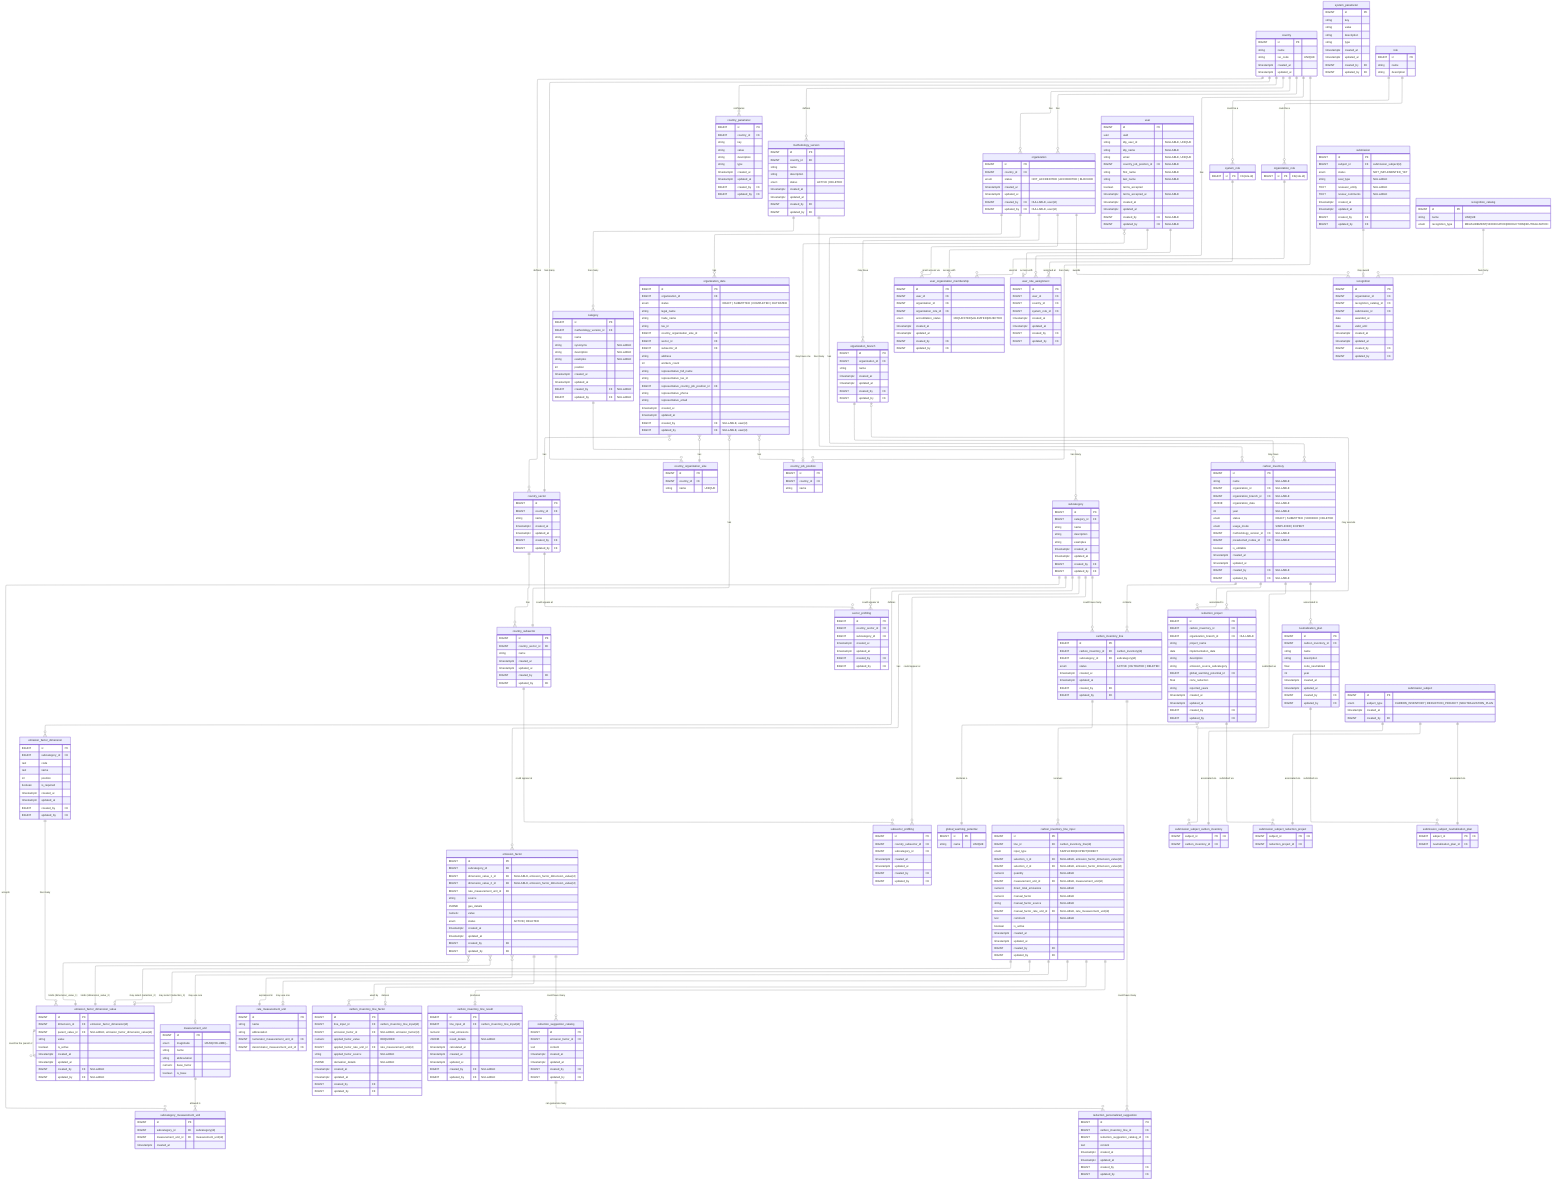
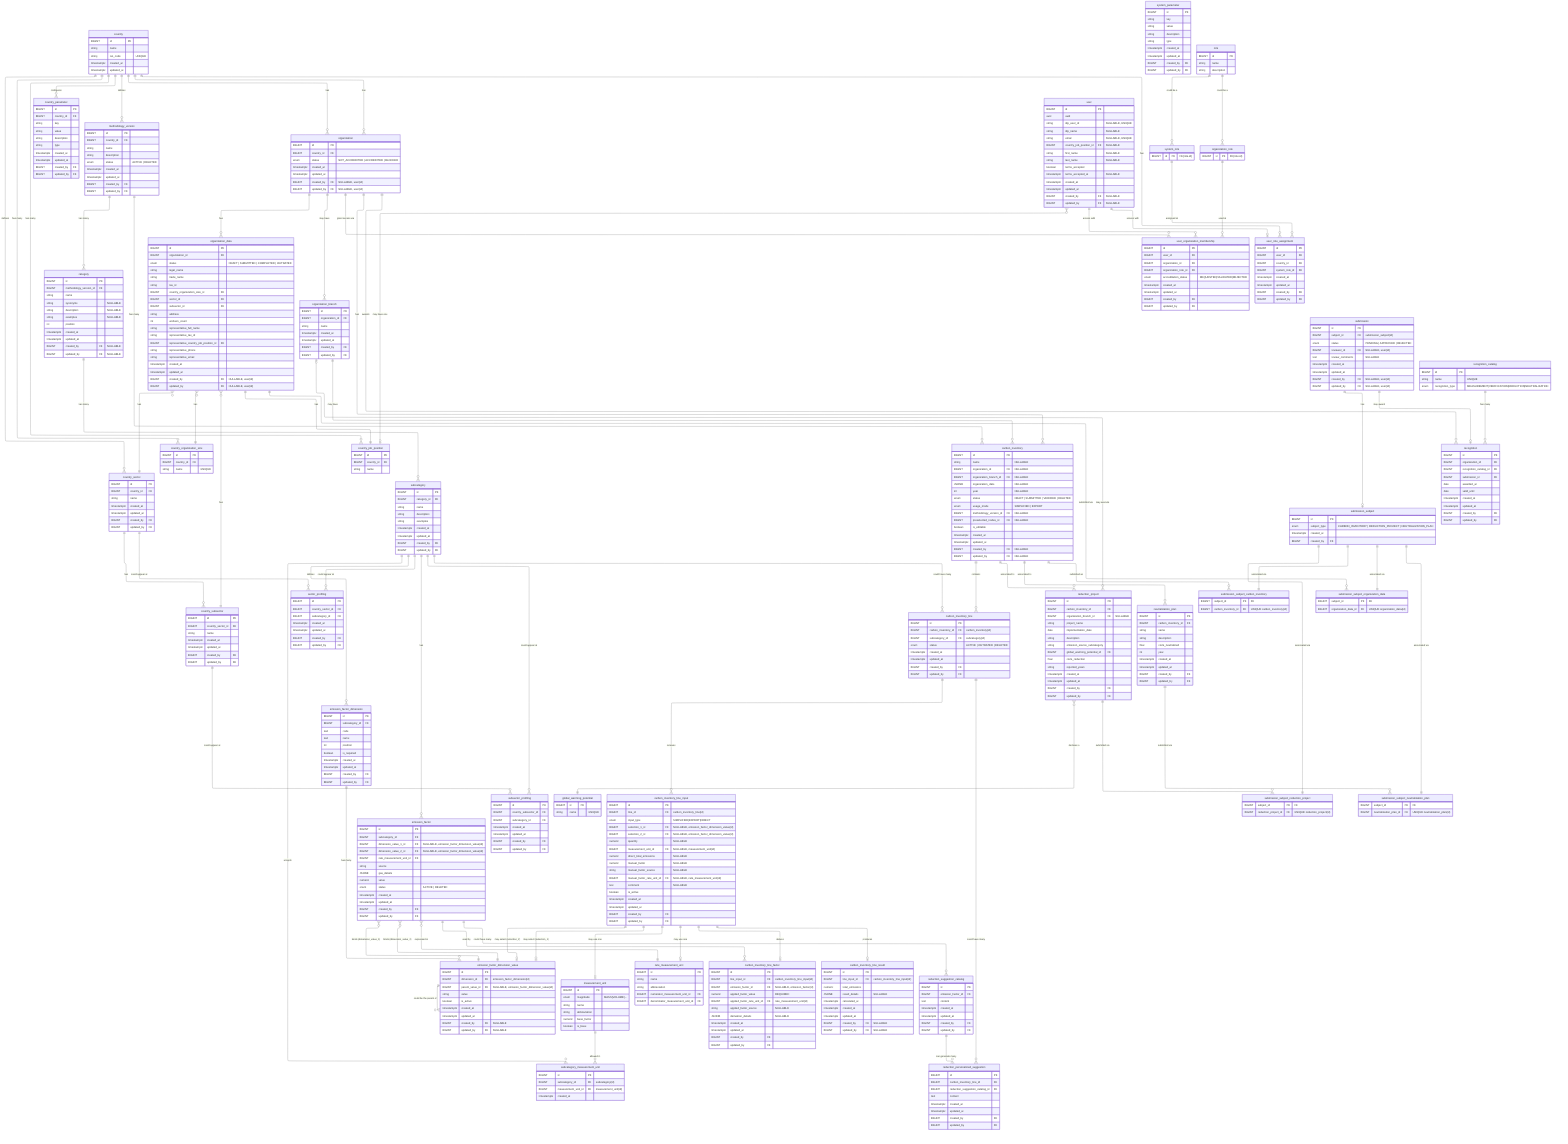
---
config:
  layout: elk
---
erDiagram
	direction TB

	%% ============================================================
	%% Design Principles
	%% ============================================================

	%% 🔷 Core Modeling Principles
	%% 	1.	Each table has a single, well-defined responsibility
	%% Tables are designed to represent one concept only (e.g. configuration, input, result, workflow), avoiding mixed concerns.

	%% 	2.	Relationships reflect real business rules, not just foreign keys
	%% Cardinalities and optionality are chosen to express domain constraints, not merely technical implementation details.

	%% 	3.	Nullability is intentional and meaningful
	%% Nullable fields indicate valid domain states (e.g. optional associations, draft data), not incomplete design.

	%% ⸻

	%% 🔷 Configuration & Reference Data
	%% 	4.	Reference data is normalized and centralized
	%% Shared concepts (statuses, units, potentials) are defined once and reused across the system.

	%% 	5.	Volatile enums are modeled as tables, not database ENUMs
	%% Any value expected to evolve (statuses, workflows) is stored in catalog tables to avoid schema migrations.

	%% 	6.	Stable physical concepts may use ENUMs
	%% Concepts that are scientifically stable (e.g. unit magnitude, usage mode) may use database ENUMs for safety and clarity.

	%% ⸻

	%% 🔷 Methodology & Emission Factors

	%% 	7.	Methodology is versioned and country-scoped
	%% All categories, subcategories, and factors belong to a specific methodology version tied to a country.

	%% 	8.	Emission factors are defined by standardized dimensions, not free text
	%% User selections and factor matching are driven by normalized dimension values to ensure consistency and correctness.

	%% 	9.	Dimension cardinality reflects domain reality, not generic flexibility
	%% Emission factors support up to two dimensions by design, matching current methodology requirements and admin workflows.

	%% 	10.	Administrative workflows are hierarchical and sequential
	%% New entities are created top-down (category → subcategory → dimension → value → factor), enforcing consistency at each level.

	%% ⸻

	%% 🔷 Inventory & Calculation

	%% 	11.	Input, factor selection, and results are modeled as separate concerns
	%% User input, factor derivation, and calculated results are stored in distinct tables for clarity and auditability.

	%% 	12.	Results are always derived from immutable input snapshots
	%% Calculated emissions reference the exact input used, ensuring reproducibility even if inputs change later.

	%% 	13.	Historical data is preserved; updates create new versions
	%% Changes do not overwrite previous data but create new records, maintaining a complete audit trail.

	%% ⸻

	%% 🔷 Workflow & Submissions

	%% 	14.	Workflows are modeled as data, not booleans
	%% Submissions, approvals, and recognitions are represented explicitly rather than inferred from flags.

	%% 	15.	Polymorphism is handled via explicit subject tables
	%% Submissions reference a generic subject entity with concrete subtype tables, avoiding nullable polymorphic foreign keys.

	%% 	16.	Recognitions are awarded based on submissions, not raw entities
	%% This ensures all awards are traceable to a validated review process.

	%% ⸻

	%% 🔷 Audit & Governance

	%% 	17.	Audit fields are applied based on responsibility and mutability
	%% Operational tables are auditable; reference and system-owned tables may omit audit fields by design.

	%% 	18.	System-generated data does not pretend to have an author
	%% Automatically calculated results record timestamps but not created_by or updated_by.

	%% 	19.	Database constraints enforce correctness wherever possible
	%% Uniqueness, consistency, and invariants are enforced at the database level rather than relying solely on application logic.


	%% ⸻

	%% 🔷 Evolution & Maintainability

	%% 	20.	Design favors clarity and correctness over premature generalization
	%% Flexibility is introduced only when driven by real domain requirements, not hypothetical future use cases.

	%% 	21.	Future extensions are possible without breaking existing data
	%% The model anticipates evolution (e.g. new methodologies, new workflows) while keeping current usage simple and explicit.

	%% ⸻

	%% These principles are intentional.
	%% Changes to the model should preserve these invariants unless there is a clear domain-driven reason to evolve them.

	%% ============================================================
	%% 🟦 Country & configuration (7)
	%% ============================================================

	country {
		BIGINT id PK ""
		string name  ""
		string iso_code "UNIQUE"
		timestamptz created_at  ""
		timestamptz updated_at  ""
	}

	country_parameter {
		BIGINT id PK ""
		BIGINT country_id FK ""
		string key  ""
		string value  ""
		string description  ""
		string type  ""
		timestamptz created_at  ""
		timestamptz updated_at  ""
		BIGINT created_by FK ""
		BIGINT updated_by FK ""
	}

	system_parameter {
		BIGINT id PK ""
		string key  ""
		string value  ""
		string description  ""
		string type  ""
		timestamptz created_at  ""
		timestamptz updated_at  ""
		BIGINT created_by FK ""
		BIGINT updated_by FK ""
	}

	country_sector {
		BIGINT id PK ""
		BIGINT country_id FK ""
		string name  ""
		timestamptz created_at  ""
		timestamptz updated_at  ""
		BIGINT created_by FK ""
		BIGINT updated_by FK ""
	}

	country_subsector {
		BIGINT id PK ""
		BIGINT country_sector_id FK ""
		string name  ""
		timestamptz created_at  ""
		timestamptz updated_at  ""
		BIGINT created_by FK ""
		BIGINT updated_by FK ""
	}

	country_organization_size {
		BIGINT id PK ""
		BIGINT country_id FK ""
		string name  "UNIQUE"
	}

	country_job_position {
		BIGINT id PK ""
		BIGINT country_id FK ""
		string name  ""
	}

	%% ============================================================
	%% 🟩 Methodology & factors (10)
	%% ============================================================

	methodology_version {
		BIGINT id PK ""
		BIGINT country_id FK ""
		string name  ""
		string description  ""
		enum status "ACTIVE | DELETED"
		timestamptz created_at  ""
		timestamptz updated_at  ""
		BIGINT created_by FK ""
		BIGINT updated_by FK ""
		%% Enforce via trigger at most 1 active per country
	}

	category {
		BIGINT id PK ""
		BIGINT methodology_version_id FK ""
		string name  ""
		%% just for displaying
		string synonyms "NULLABLE"
		%% just for displaying
		string description "NULLABLE"
		%% just for displaying
		string examples "NULLABLE"
		%% Position must be > 0 (enforced by DB CHECK constraint)
		int position ""
		timestamptz created_at  ""
		timestamptz updated_at  ""
		BIGINT created_by FK "NULLABLE"
		BIGINT updated_by FK "NULLABLE"
		%% UNIQUE(methodology_version_id, name)
		%% UNIQUE(methodology_version_id, position)
	}

	subcategory {
		BIGINT id PK ""
		BIGINT category_id FK ""
		string name  ""
		%% just for displaying
		string description  ""
		%% just for displaying
		string examples ""
		timestamptz created_at  ""
		timestamptz updated_at  ""
		BIGINT created_by FK ""
		BIGINT updated_by FK ""
	}

	emission_factor_dimension {
		BIGINT id PK ""
		BIGINT subcategory_id FK ""
		%% Like: FUEL_GROUP, FUEL_TYPE, GAS_TYPE
		text code ""
		%% Like: Tipo de combustible, Tipo de gas
		text name ""
		%% Like: 1, 2, 3 (order in UI & logic)
		int position ""
		boolean is_required ""
		timestamptz created_at  ""
		timestamptz updated_at  ""
		BIGINT created_by FK ""
		BIGINT updated_by FK ""
		%% UNIQUE(subcategory_id, position),
		%% UNIQUE(subcategory_id, code)
	}

	emission_factor_dimension_value {
		BIGINT id PK ""
		BIGINT dimension_id FK "emission_factor_dimension(id)"
		BIGINT parent_value_id FK "NULLABLE, emission_factor_dimension_value(id)"
		%% Like: Natural gas, Diesel, Kerosene, etc
		string value ""
		boolean is_active ""
		timestamptz created_at  ""
		timestamptz updated_at  ""
		BIGINT created_by FK "NULLABLE"
		BIGINT updated_by FK "NULLABLE"
		%% UNIQUE(dimension_id, value)
	}

	emission_factor {
		BIGINT id PK ""
		BIGINT subcategory_id FK ""
		%% Emission factors currently support up to two dimensions via fixed columns.
		%% A binding table was considered for unbounded dimensions but intentionally not used to keep queries and constraints simple.
		BIGINT dimension_value_1_id FK "NULLABLE, emission_factor_dimension_value(id)"
		BIGINT dimension_value_2_id FK "NULLABLE, emission_factor_dimension_value(id)"
		BIGINT rate_measurement_unit_id FK ""
		string source  ""
		JSONB gas_details ""
		numeric value  ""
		enum status "ACTIVE | DELETED"
		timestamptz created_at  ""
		timestamptz updated_at  ""
		BIGINT created_by FK ""
		BIGINT updated_by FK ""
		%% Enforce UNIQUE (subcategory_id, dimension_value_1_id, dimension_value_2_id) WHERE status = 'ACTIVE'
	}

	sector_profiling {
		BIGINT id PK ""
		BIGINT country_sector_id FK ""
		BIGINT subcategory_id FK ""
		timestamptz created_at  ""
		timestamptz updated_at  ""
		BIGINT created_by FK ""
		BIGINT updated_by FK ""
		%% UNIQUE(country_sector_id, subcategory_id)
	}

	subsector_profiling {
		BIGINT id PK ""
		BIGINT country_subsector_id FK ""
		BIGINT subcategory_id FK ""
		timestamptz created_at  ""
		timestamptz updated_at  ""
		BIGINT created_by FK ""
		BIGINT updated_by FK ""
		%% UNIQUE(country_subsector_id, subcategory_id)
	}

	measurement_unit {
		BIGINT id PK ""
		enum magnitude  "MASS|VOLUME|..."
		string name  ""
		string abbreviation  ""
		numeric base_factor  ""
		boolean is_base  ""
		%% Enforce UNIQUE (magnitude) WHERE is_base = true
	}

	rate_measurement_unit {
		BIGINT id PK ""
		string name  ""
		string abbreviation  ""
		BIGINT numerator_measurement_unit_id FK ""
		BIGINT denominator_measurement_unit_id FK ""
	}

	subcategory_measurement_unit {
		BIGINT id PK ""
		BIGINT subcategory_id FK "subcategory(id)"
		BIGINT measurement_unit_id FK "measurement_unit(id)"
		timestamptz created_at ""
		%% UNIQUE(subcategory_id, measurement_unit_id)
	}

	global_warming_potential {
		BIGINT id PK ""
		string name "UNIQUE"
		%% AR4, AR5, etc...
	}

	%% ============================================================
	%% 🟨 Organizations & users (8)
	%% ============================================================

	organization {
		BIGINT id PK
		BIGINT country_id FK
		enum status "NOT_ACCREDITED | ACCREDITED | BLOCKED"
		timestamptz created_at
		timestamptz updated_at
		BIGINT created_by FK "NULLABLE, user(id)"
		BIGINT updated_by FK "NULLABLE, user(id)"
  	}

	organization_data {
		BIGINT id PK
		BIGINT organization_id FK
		enum status "DRAFT | SUBMITTED | COMPLETED | OUTDATED"

		%% organization data
		string legal_name
		string trade_name
		string tax_id
		BIGINT country_organization_size_id FK
		BIGINT sector_id FK
		BIGINT subsector_id FK
		string address
		int workers_count

		%% representative data
		string representative_full_name
		string representative_tax_id
		BIGINT representative_country_job_position_id FK
		string representative_phone
		string representative_email

		timestamptz created_at
		timestamptz updated_at
		BIGINT created_by FK "NULLABLE, user(id)"
		BIGINT updated_by FK "NULLABLE, user(id)"
	}

	organization_branch {
		BIGINT id PK ""
		BIGINT organization_id FK ""
		string name  ""
		timestamptz created_at  ""
		timestamptz updated_at  ""
		BIGINT created_by FK ""
		BIGINT updated_by FK ""
	}

	user {
		BIGINT id PK ""
		uuid uuid  ""
		string idp_user_id "NULLABLE, UNIQUE"
		string idp_name "NULLABLE"
		string email  "NULLABLE, UNIQUE"
		BIGINT country_job_position_id FK "NULLABLE"
		string first_name "NULLABLE"
		string last_name "NULLABLE"
		boolean terms_accepted ""
		timestamptz terms_accepted_at "NULLABLE"
		timestamptz created_at  ""
		timestamptz updated_at  ""
		BIGINT created_by FK "NULLABLE"
		BIGINT updated_by FK "NULLABLE"
	}

	%% abstract parent table
	role {
		BIGINT id PK ""
		string name ""
		string description ""
	}

	system_role {
		BIGINT id PK "FK(role.id)"
	}

	organization_role {
		BIGINT id PK "FK(role.id)"
	}

	user_organization_membership {
		BIGINT id PK ""
		BIGINT user_id FK ""
		BIGINT organization_id FK ""
		BIGINT organization_role_id FK ""
		enum accreditation_status  "REQUESTED|VALIDATED|REJECTED"
		timestamptz created_at  ""
		timestamptz updated_at  ""
		BIGINT created_by FK ""
		BIGINT updated_by FK ""
		%% UNIQUE(user_id, organization_id, organization_role_id)
	}

	user_role_assignment {
		BIGINT id PK ""
		BIGINT user_id FK ""
		BIGINT country_id FK ""
		BIGINT system_role_id FK ""
		timestamptz created_at  ""
		timestamptz updated_at  ""
		BIGINT created_by FK ""
		BIGINT updated_by FK ""
		%% UNIQUE(user_id, country_id, system_role_id)
	}

	%% ============================================================
	%% 🟧 Inventory & calculation (9)
	%% ============================================================

	%% organization & organization_branch will be NULL when user does not belong to any org.
	carbon_inventory {
		BIGINT id PK ""
		string name "NULLABLE"
		BIGINT organization_id FK "NULLABLE"
		BIGINT organization_branch_id FK "NULLABLE"
		JSONB organization_data "NULLABLE"
		int year "NULLABLE"
		enum status "DRAFT | SUBMITTED | VERIFIED | DELETED"
		enum usage_mode "SIMPLIFIED | EXPERT"
		BIGINT methodology_version_id FK "NULLABLE"
		BIGINT preselected_nodes_id FK "NULLABLE"
		boolean is_editable ""
		timestamptz created_at  ""
		timestamptz updated_at  ""
		BIGINT created_by FK "NULLABLE"
		BIGINT updated_by FK "NULLABLE"
	}

	%% A "line" represents what is being measured (subcategory) for a given inventory.
	%% We do not store quantities/factors/selections here. It's the anchor.
	carbon_inventory_line {
		BIGINT id PK ""
		BIGINT carbon_inventory_id FK "carbon_inventory(id)"
		BIGINT subcategory_id FK "subcategory(id)"
		enum status "ACTIVE | OUTDATED | DELETED"
		timestamptz created_at  ""
		timestamptz updated_at  ""
		BIGINT created_by FK ""
		BIGINT updated_by FK ""
	}

	carbon_inventory_line_input {
		BIGINT id PK ""
		BIGINT line_id FK "carbon_inventory_line(id)"
		enum input_type "SIMPLIFIED|EXPERT|DIRECT"

		%% the "dimension selections" (more on dimension standardization in section 4)
		BIGINT selection_1_id FK "NULLABLE, emission_factor_dimension_value(id)"
		BIGINT selection_2_id FK "NULLABLE, emission_factor_dimension_value(id)"

		numeric quantity "NULLABLE"
		BIGINT measurement_unit_id FK "NULLABLE, measurement_unit(id)"

		%% For DIRECT mode:
		numeric direct_total_emissions "NULLABLE"

		%% For EXPERT mode:
		numeric manual_factor "NULLABLE"
		string manual_factor_source "NULLABLE"
		BIGINT manual_factor_rate_unit_id FK "NULLABLE, rate_measurement_unit(id)"

		text comment "NULLABLE"
		boolean is_active ""
		timestamptz created_at  ""
		timestamptz updated_at  ""
		BIGINT created_by FK ""
		BIGINT updated_by FK ""
		%% Enforce only one active input per line: UNIQUE(line_id) WHERE is_active = true
	}

	%% This stores "what factor did we use, after conversions, and why" so results are reproducible.
	carbon_inventory_line_factor {
		BIGINT id PK ""
		BIGINT line_input_id FK "carbon_inventory_line_input(id)"

		%% chosen factor: either from catalog (simplified) or null for expert/direct
		BIGINT emission_factor_id FK "NULLABLE, emission_factor(id)"

		%% normalized factor actually used in the computation (post-conversion)
		%% REQUIRED: Must always be present for result reproducibility
		numeric applied_factor_value "REQUIRED"
		BIGINT applied_factor_rate_unit_id FK "rate_measurement_unit(id)"
		string applied_factor_source "NULLABLE"

		%% optionally store a JSON blob explaining conversion steps for auditability
		JSONB derivation_details "NULLABLE"

		timestamptz created_at  ""
		timestamptz updated_at  ""
		BIGINT created_by FK ""
		BIGINT updated_by FK ""
		%% Enforce 1 factor row per input: UNIQUE(line_input_id)
	}

	carbon_inventory_line_result {
		BIGINT id PK ""
		BIGINT line_input_id FK "carbon_inventory_line_input(id)"
		numeric total_emissions ""
		%% optionally store breakdown: per-gas, CO2e, etc.
		JSONB result_details "NULLABLE"
		timestamptz calculated_at ""
		timestamptz created_at  ""
		timestamptz updated_at  ""
		BIGINT created_by FK "NULLABLE"
		BIGINT updated_by FK "NULLABLE"
		%% Ensure 1 result per input: UNIQUE(line_input_id)
	}

	reduction_suggestion_catalog {
		BIGINT id PK ""
		BIGINT emission_factor_id FK ""
		text content  ""
		timestamptz created_at  ""
		timestamptz updated_at  ""
		BIGINT created_by FK ""
		BIGINT updated_by FK ""
	}

	%% We plan to create these suggestion with AI
	reduction_personalized_suggestion {
		BIGINT id PK ""
		BIGINT carbon_inventory_line_id FK ""
		BIGINT reduction_suggestion_catalog_id FK ""
		text content  ""
		timestamptz created_at  ""
		timestamptz updated_at  ""
		BIGINT created_by FK ""
		BIGINT updated_by FK ""
	}

	reduction_project {
		BIGINT id PK ""
		BIGINT carbon_inventory_id FK ""
		BIGINT organization_branch_id FK "NULLABLE"
		string project_name  ""
		date implementation_date  ""
		string description  ""
		string emission_source_subcategory  ""
		BIGINT global_warming_potential_id FK ""
		float co2e_reduction  ""
		string reported_years  ""
		timestamptz created_at  ""
		timestamptz updated_at  ""
		BIGINT created_by FK ""
		BIGINT updated_by FK ""
	}

	neutralization_plan {
		BIGINT id PK ""
		BIGINT carbon_inventory_id FK ""
		string name  ""
		string description  ""
		float co2e_neutralized  ""
		int year  ""
		timestamptz created_at  ""
		timestamptz updated_at  ""
		BIGINT created_by FK ""
		BIGINT updated_by FK ""
	}

	%% ============================================================
	%% 🟥 Submissions & recognition (7)
	%% ============================================================

	%% Read the docs about the submissions model design here: https://www.notion.so/Modelo-E-R-para-Submissions-2d318d2c8901805ab8f9eed2a9d9d702?source=copy_link
	%% The data within this table is immutable once created
	submission_subject {
		BIGINT id PK ""
		enum subject_type "CARBON_INVENTORY | REDUCTION_PROJECT | NEUTRALIZATION_PLAN"
		timestamptz created_at  ""
		BIGINT created_by FK ""
	}

	%% The data within this table is immutable once created
	submission_subject_carbon_inventory {
		BIGINT subject_id PK "FK"
- 		BIGINT carbon_inventory_id FK ""
+ 		BIGINT carbon_inventory_id FK "UNIQUE carbon_inventory(id)"
	}

	%% The data within this table is immutable once created
	submission_subject_reduction_project {
		BIGINT subject_id PK "FK"
- 		BIGINT reduction_project_id FK ""
+ 		BIGINT reduction_project_id FK "UNIQUE reduction_project(id)"
	}

	%% The data within this table is immutable once created
	submission_subject_neutralization_plan {
		BIGINT subject_id PK "FK"
- 		BIGINT neutralization_plan_id FK ""
+ 		BIGINT neutralization_plan_id FK "UNIQUE neutralization_plan(id)"
+ 	}
+ 
+ 	%% The data within this table is immutable once created
+ 	submission_subject_organization_data {
+ 		BIGINT subject_id PK "FK"
+ 		BIGINT organization_data_id FK "UNIQUE organization_data(id)"
	}

	submission {
		BIGINT id PK ""
		BIGINT subject_id FK "submission_subject(id)"
- 		enum status "NOT_IMPLEMENTED_YET"
- 		string seal_type  "NULLABLE"
- 		TEXT reviewer_entity "NULLABLE"
- 		TEXT review_comments "NULLABLE"
- 		timestamptz created_at  ""
- 		timestamptz updated_at  ""
- 		BIGINT created_by FK ""
- 		BIGINT updated_by FK ""
+ 		enum status "PENDING | APPROVED | REJECTED"
+ 		BIGINT reviewer_id FK "NULLABLE, user(id)"
+ 		text review_comments "NULLABLE"
+ 		timestamptz created_at  ""
+ 		timestamptz updated_at  ""
+ 		BIGINT created_by FK "NULLABLE, user(id)"
+ 		BIGINT updated_by FK "NULLABLE, user(id)"
	}

	recognition_catalog {
		BIGINT id PK ""
		string name "UNIQUE"
		enum recognition_type  "MEASUREMENT|VERIFICATION|REDUCTION|NEUTRALIZATION"
	}

	recognition {
		BIGINT id PK ""
		BIGINT organization_id FK ""
		BIGINT recognition_catalog_id FK ""
		BIGINT submission_id FK ""
		date awarded_at  ""
		date valid_until  ""
		timestamptz created_at  ""
		timestamptz updated_at  ""
		BIGINT created_by FK ""
		BIGINT updated_by FK ""
	}

	%% ============================================================
	%% Others
	%% ============================================================


%% ============================================================
%% Relationships
%% ============================================================

country
	country ||--o{ country_parameter : "configures"
	country ||--o{ country_sector : "defines"
	country ||--o{ methodology_version : "defines"
	country ||--o{ organization : "has"
	country ||--o{ user_role_assignment : "has"
	country ||--o{ country_organization_size: "has many"
	country ||--o{ country_job_position : "has many"
	country ||--o{ organization : "has"

country_sector
	country_sector ||--o{ country_subsector : "has"
	country_sector ||--o{ sector_profiling : "could appear at"

country_subsector
	country_subsector ||--o{ subsector_profiling : "could appear at"

organization
	organization ||--o{ carbon_inventory : "has"
	organization ||--o{ organization_branch : "may have"
	organization ||--o{ recognition : "awards"
	organization ||--o{ user_organization_membership : "grant access via"
	organization ||--o{ organization_data : "has"

organization_data
	organization_data }o--|| country_organization_size : "has"
	organization_data }o--|| country_sector : "has"
	organization_data }o--|| country_subsector : "has"
- 	organization_data }o--|| country_job_position : "has"
+ 	organization_data ||--|| country_job_position : "has"
+ 	organization_data ||--o{ submission_subject_organization_data : "submitted via"

organization_branch
	organization_branch |o--o{ reduction_project : "may execute"
	organization_branch ||--o{ carbon_inventory : "may have"

recognition_catalog
	recognition_catalog ||--o{ recognition  : "has many"

role
	role ||--o{ system_role : "could be a"
	role ||--o{ organization_role : "could be a"
	organization_role ||--o{ user_organization_membership : "used at"
	system_role ||--o{ user_role_assignment : "assigned at"

user
	user ||--o{ user_organization_membership : "access with"
	user }o--o| country_job_position : "may have one"
	user ||--o| user_role_assignment : "access with"

methodology_version
	methodology_version ||--o{ carbon_inventory : "has many"
	methodology_version ||--o{ category : "has many"

category
	category ||--o{ subcategory : "has many"

subcategory
	subcategory ||--o{ emission_factor_dimension: "defines"
	%% A subcategory may exist with zero emission factors:
	subcategory ||--o{ emission_factor: "has"
	subcategory ||--o{ sector_profiling: "could appear at"
	subcategory ||--o{ subsector_profiling: "could appear at"
	subcategory ||--o{ carbon_inventory_line: "could have many"
	subcategory ||--o{ subcategory_measurement_unit: "accepts"

measurement_unit
	measurement_unit ||--o{ subcategory_measurement_unit: "allowed in"

emission_factor_dimension
	emission_factor_dimension ||--o{ emission_factor_dimension_value : "has many"

emission_factor_dimension_value
	emission_factor_dimension_value ||--o{ emission_factor_dimension_value : "could be the parent of"

emission_factor
	emission_factor ||--o{ reduction_suggestion_catalog : "could have many"
	emission_factor ||--o{ carbon_inventory_line_factor : "used by"
	emission_factor }o--|| rate_measurement_unit : "expressed in"
	%% At most 2 values, depending on subcategory configuration:
	emission_factor }o--|| emission_factor_dimension_value : "binds (dimension_value_1)"
	emission_factor }o--|| emission_factor_dimension_value : "binds (dimension_value_2)"

carbon_inventory
	carbon_inventory ||--o{ carbon_inventory_line: "contains"
	carbon_inventory ||--o{ submission_subject_carbon_inventory: "submitted as"
	carbon_inventory ||--o{ neutralization_plan: "associated to"
	carbon_inventory ||--o{ reduction_project: "associated to"

carbon_inventory_line
	carbon_inventory_line ||--o{ reduction_personalized_suggestion: "could have many"
	carbon_inventory_line ||--o{ carbon_inventory_line_input: "receives"

carbon_inventory_line_input
	carbon_inventory_line_input ||--o| emission_factor_dimension_value: "may select (selection_1)"
	carbon_inventory_line_input ||--o| emission_factor_dimension_value: "may select (selection_2)"
	carbon_inventory_line_input ||--o| measurement_unit: "may use one"
	carbon_inventory_line_input ||--o| rate_measurement_unit: "may use one"
	carbon_inventory_line_input ||--o| carbon_inventory_line_factor: "derives"
	carbon_inventory_line_input ||--o| carbon_inventory_line_result: "produces"

submission_subject
	submission_subject ||--|| submission_subject_carbon_inventory : "associated via"
	submission_subject ||--|| submission_subject_reduction_project : "associated via"
	submission_subject ||--|| submission_subject_neutralization_plan : "associated via"
+ 	submission_subject ||--|| submission_subject_organization_data : "associated via"

submission
	submission ||--o| recognition: "may award"
+ 	submission ||--o| submission_subject: "has"

neutralization_plan
	neutralization_plan ||--o{ submission_subject_neutralization_plan : "submitted via"

reduction_project
	reduction_project ||--o{ submission_subject_reduction_project : "submitted via"
	reduction_project }o--|| global_warming_potential : "declares a"

reduction_suggestion_catalog
	reduction_suggestion_catalog ||--o{ reduction_personalized_suggestion : "can generate many"